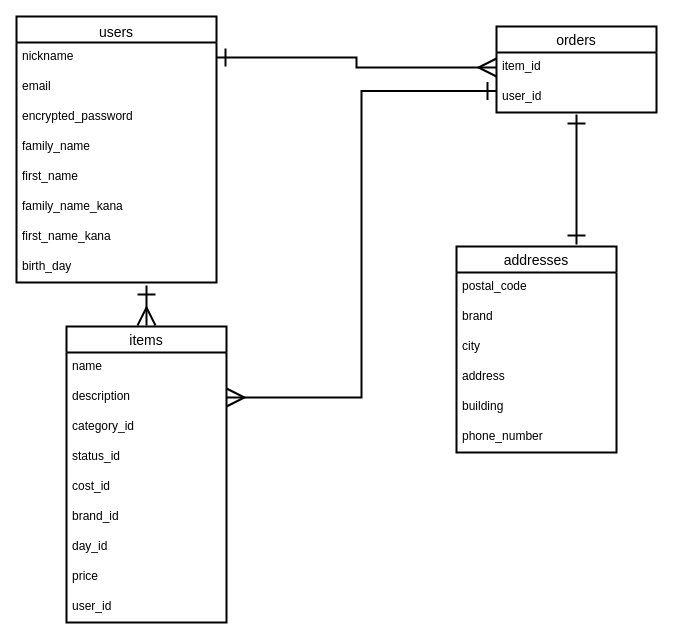
Above: ER図.dio in haru3229/furima-35724 (draw.io), before the change. Source tidied: cells renumbered, new cells numbered last; positions are measured from the earlier drawing's top-left corner, leaving out a move shared by most shapes. Both pictures are drawn from the tidied source at 100%, with x=0, y=0 at pixel (16, 16).
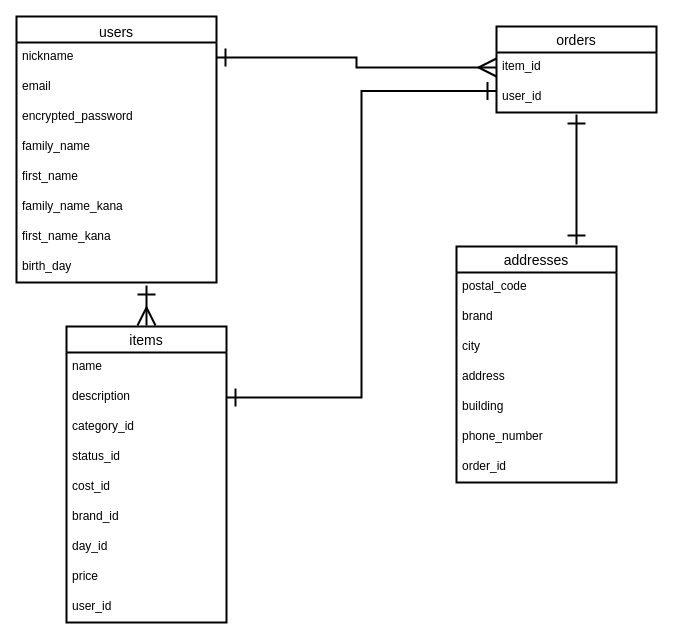
After the change.

Commit message (it also covers changes not shown here):
ER図描画，README記述（修正３回目）

The change refers to these unchanged cells:
```xml
<mxCell id="11" value="orders" style="swimlane;fontStyle=0;horizontal=1;startSize=26;align=center;fontSize=14;strokeWidth=2;" parent="1" vertex="1">
  <mxGeometry x="480" y="10" width="160" height="86" as="geometry" />
</mxCell>
<mxCell id="25" value="description" style="text;strokeColor=none;fillColor=none;spacingLeft=4;spacingRight=4;overflow=hidden;points=[[0,0.5],[1,0.5]];portConstraint=eastwest;fontSize=12;" parent="23" vertex="1">
  <mxGeometry y="56" width="160" height="30" as="geometry" />
</mxCell>
```

Change to the diagram source:
```diff
@@
     <mxCell id="15" value="addresses" style="swimlane;fontStyle=0;horizontal=1;startSize=26;align=center;fontSize=14;strokeWidth=2;" parent="1" vertex="1">
-      <mxGeometry x="440" y="230" width="160" height="206" as="geometry" />
+      <mxGeometry x="440" y="230" width="160" height="236" as="geometry" />
     </mxCell>
@@
+    <mxCell id="35" value="order_id" style="text;strokeColor=none;fillColor=none;spacingLeft=4;spacingRight=4;overflow=hidden;fontSize=12;" parent="15" vertex="1">
+      <mxGeometry y="206" width="160" height="30" as="geometry" />
+    </mxCell>
@@
-    <mxCell id="34" style="edgeStyle=orthogonalEdgeStyle;rounded=0;jettySize=auto;html=1;exitX=1;exitY=0.5;exitDx=0;exitDy=0;startArrow=ERmany;startFill=0;endArrow=ERone;endFill=0;entryX=0;entryY=0.75;entryDx=0;entryDy=0;endSize=15;startSize=15;strokeWidth=2;" parent="1" edge="1" source="25" target="11">
+    <mxCell id="34" style="edgeStyle=orthogonalEdgeStyle;rounded=0;jettySize=auto;html=1;exitX=0;exitY=0.75;exitDx=0;exitDy=0;startArrow=ERone;startFill=0;endArrow=ERone;endFill=0;entryX=1;entryY=0.5;entryDx=0;entryDy=0;endSize=15;startSize=15;strokeWidth=2;" parent="1" edge="1" source="11" target="25">
       <mxGeometry relative="1" as="geometry" />
     </mxCell>
```
